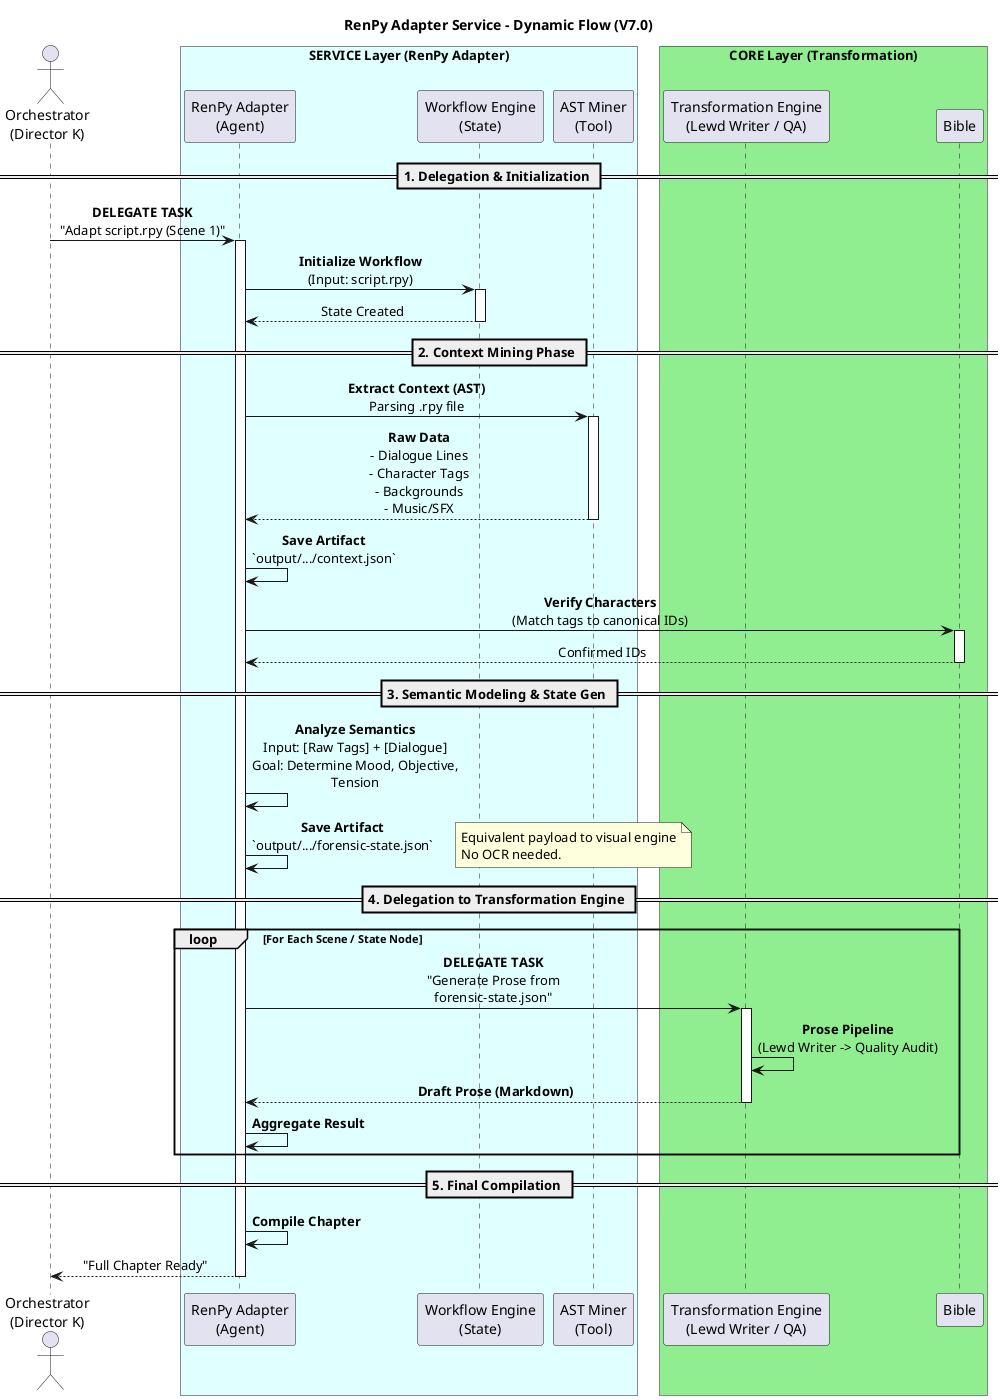
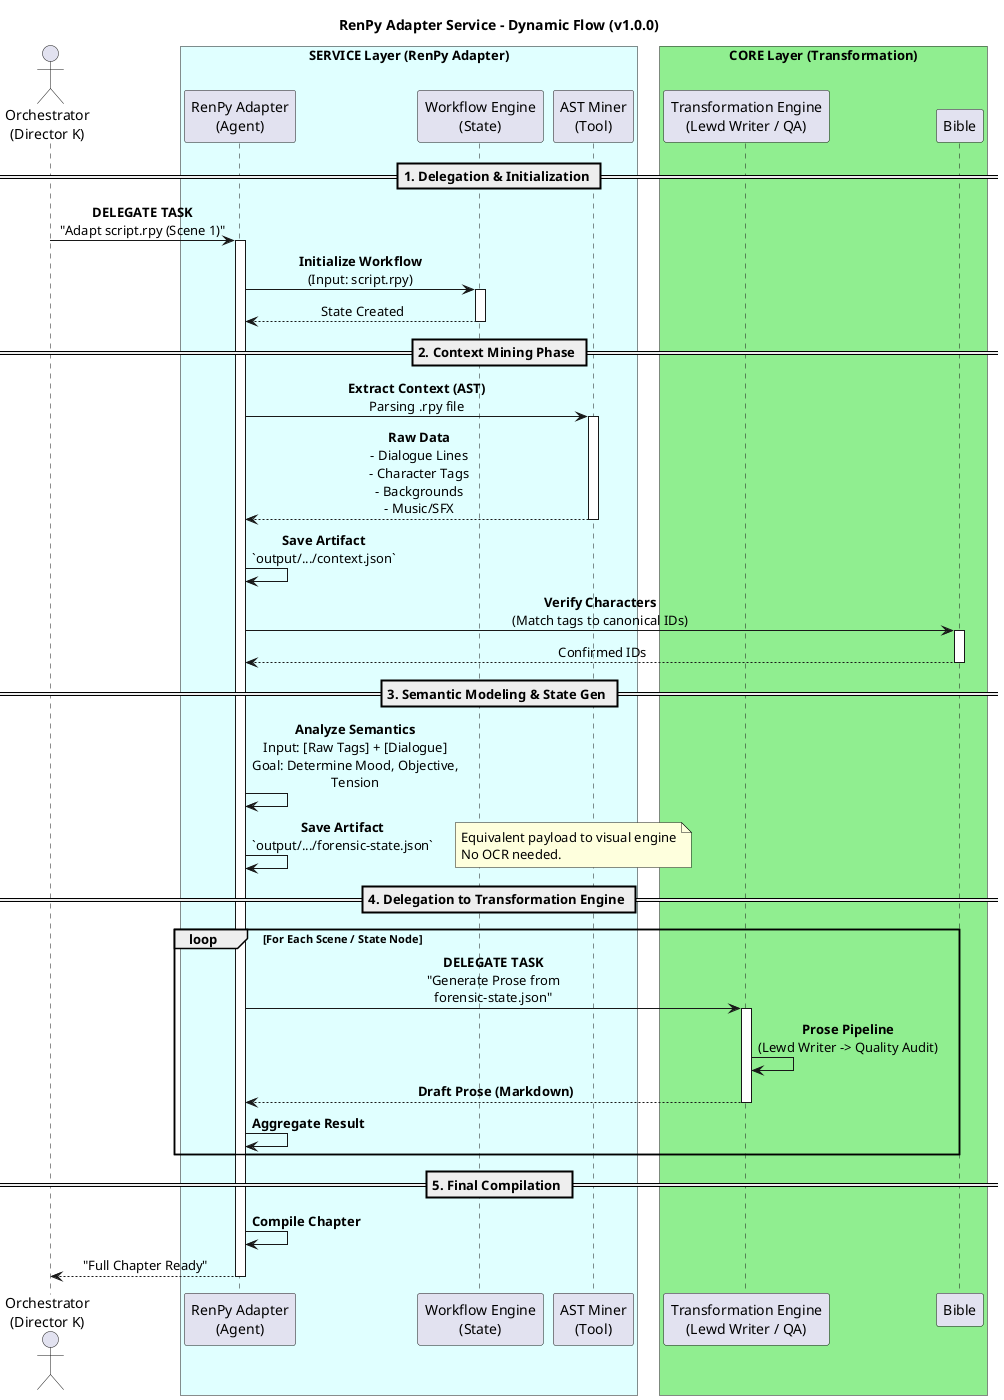
@startuml sq_renpy_adapter

- title RenPy Adapter Service - Dynamic Flow (V7.0)
+ title RenPy Adapter Service - Dynamic Flow (v1.0.0)

skinparam sequenceMessageAlign center
skinparam responseMessageBelowArrow true
skinparam maxMessageSize 250
skinparam BoxPadding 10

actor "Orchestrator\n(Director K)" as orches
box "SERVICE Layer (RenPy Adapter)" #LightCyan
  participant "RenPy Adapter\n(Agent)" as agent_ra
  participant "Workflow Engine\n(State)" as wf_ra
  participant "AST Miner\n(Tool)" as tool_ast
end box

box "CORE Layer (Transformation)" #LightGreen
  participant "Transformation Engine\n(Lewd Writer / QA)" as core_lewd
  participant "Bible" as bible
end box

== 1. Delegation & Initialization ==

orches -> agent_ra : **DELEGATE TASK**\n"Adapt script.rpy (Scene 1)"
activate agent_ra

agent_ra -> wf_ra : **Initialize Workflow**\n(Input: script.rpy)
activate wf_ra
wf_ra --> agent_ra : State Created
deactivate wf_ra

== 2. Context Mining Phase ==

agent_ra -> tool_ast : **Extract Context (AST)**\nParsing .rpy file
activate tool_ast
tool_ast --> agent_ra : **Raw Data**\n- Dialogue Lines\n- Character Tags\n- Backgrounds\n- Music/SFX
deactivate tool_ast

agent_ra -> agent_ra : **Save Artifact**\n`output/.../context.json`

agent_ra -> bible : **Verify Characters**\n(Match tags to canonical IDs)
activate bible
bible --> agent_ra : Confirmed IDs
deactivate bible

== 3. Semantic Modeling & State Gen ==

agent_ra -> agent_ra : **Analyze Semantics**\nInput: [Raw Tags] + [Dialogue]\nGoal: Determine Mood, Objective, Tension

agent_ra -> agent_ra : **Save Artifact**\n`output/.../forensic-state.json`
note right: Equivalent payload to visual engine\nNo OCR needed.

== 4. Delegation to Transformation Engine ==

loop For Each Scene / State Node

    agent_ra -> core_lewd : **DELEGATE TASK**\n"Generate Prose from forensic-state.json"
    activate core_lewd

    core_lewd -> core_lewd : **Prose Pipeline**\n(Lewd Writer -> Quality Audit)
    core_lewd --> agent_ra : **Draft Prose (Markdown)**
    deactivate core_lewd

    agent_ra -> agent_ra : **Aggregate Result**
end

== 5. Final Compilation ==

agent_ra -> agent_ra : **Compile Chapter**
agent_ra --> orches : "Full Chapter Ready"
deactivate agent_ra

@enduml
